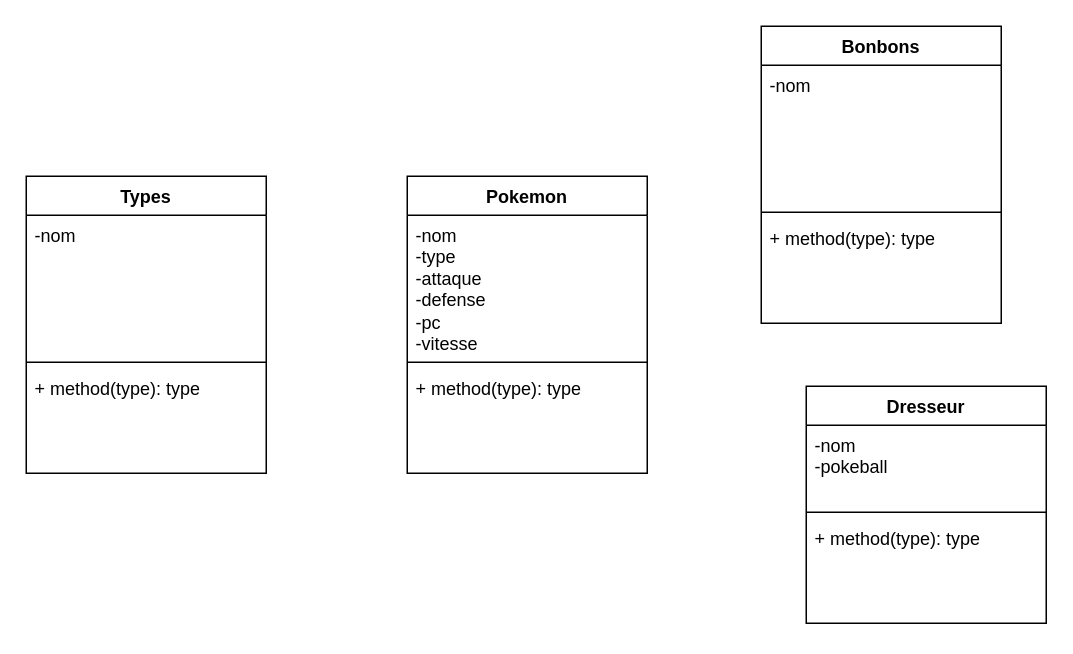
NicolasRbls/Diagramme keeps this draw.io diagram as TP2_Pokemon.drawio. Above is the earlier version. Source tidied: cells renumbered, new cells numbered last; positions are measured from the earlier drawing's top-left corner, leaving out a move shared by most shapes. Both pictures are drawn from the tidied source at 150%, with x=0, y=0 at pixel (26, 26).
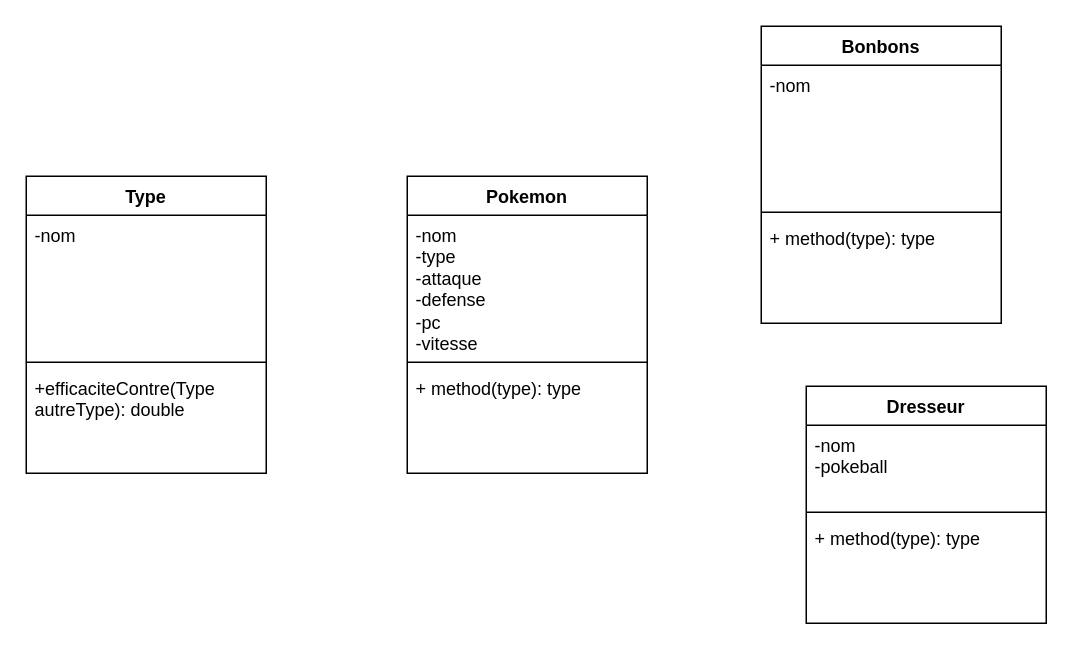
The same page after the edit.

Commit message (it also covers changes not shown here):
Mettre à jour TP2_Pokemon.drawio

What changed in the source:
```diff
@@
 <mxGraphModel>
   <root>
     <mxCell id="0" />
     <mxCell id="1" parent="0" />
     <mxCell id="2" value="Pokemon" style="swimlane;fontStyle=1;align=center;verticalAlign=top;horizontal=1;startSize=26;whiteSpace=wrap;html=1;" parent="1" vertex="1">
       <mxGeometry x="254" y="100" width="160" height="198" as="geometry" />
     </mxCell>
     <mxCell id="3" value="-nom&lt;br&gt;-type&lt;br&gt;-attaque&lt;br&gt;-defense&lt;br&gt;-pc&lt;br&gt;-vitesse" style="text;strokeColor=none;fillColor=none;align=left;verticalAlign=top;spacingLeft=4;spacingRight=4;overflow=hidden;whiteSpace=wrap;html=1;" parent="2" vertex="1">
       <mxGeometry y="26" width="160" height="94" as="geometry" />
     </mxCell>
     <mxCell id="4" style="line;strokeWidth=1;fillColor=none;align=left;verticalAlign=middle;spacingTop=-1;spacingLeft=3;spacingRight=3;labelPosition=right;strokeColor=inherit;" parent="2" vertex="1">
       <mxGeometry y="120" width="160" height="8" as="geometry" />
     </mxCell>
     <mxCell id="5" value="+ method(type): type" style="text;strokeColor=none;fillColor=none;align=left;verticalAlign=top;spacingLeft=4;spacingRight=4;overflow=hidden;whiteSpace=wrap;html=1;" parent="2" vertex="1">
       <mxGeometry y="128" width="160" height="70" as="geometry" />
     </mxCell>
     <mxCell id="6" value="Dresseur" style="swimlane;fontStyle=1;align=center;verticalAlign=top;horizontal=1;startSize=26;whiteSpace=wrap;html=1;" parent="1" vertex="1">
       <mxGeometry x="520" y="240" width="160" height="158" as="geometry" />
     </mxCell>
     <mxCell id="7" value="-nom&lt;br&gt;-pokeball" style="text;strokeColor=none;fillColor=none;align=left;verticalAlign=top;spacingLeft=4;spacingRight=4;overflow=hidden;whiteSpace=wrap;html=1;" parent="6" vertex="1">
       <mxGeometry y="26" width="160" height="54" as="geometry" />
     </mxCell>
     <mxCell id="8" style="line;strokeWidth=1;fillColor=none;align=left;verticalAlign=middle;spacingTop=-1;spacingLeft=3;spacingRight=3;labelPosition=right;strokeColor=inherit;" parent="6" vertex="1">
       <mxGeometry y="80" width="160" height="8" as="geometry" />
     </mxCell>
     <mxCell id="9" value="+ method(type): type" style="text;strokeColor=none;fillColor=none;align=left;verticalAlign=top;spacingLeft=4;spacingRight=4;overflow=hidden;whiteSpace=wrap;html=1;" parent="6" vertex="1">
       <mxGeometry y="88" width="160" height="70" as="geometry" />
     </mxCell>
     <mxCell id="10" value="Bonbons" style="swimlane;fontStyle=1;align=center;verticalAlign=top;horizontal=1;startSize=26;whiteSpace=wrap;html=1;" parent="1" vertex="1">
       <mxGeometry x="490" width="160" height="198" as="geometry" />
     </mxCell>
     <mxCell id="11" value="-nom&lt;br&gt;" style="text;strokeColor=none;fillColor=none;align=left;verticalAlign=top;spacingLeft=4;spacingRight=4;overflow=hidden;whiteSpace=wrap;html=1;" parent="10" vertex="1">
       <mxGeometry y="26" width="160" height="94" as="geometry" />
     </mxCell>
     <mxCell id="12" style="line;strokeWidth=1;fillColor=none;align=left;verticalAlign=middle;spacingTop=-1;spacingLeft=3;spacingRight=3;labelPosition=right;strokeColor=inherit;" parent="10" vertex="1">
       <mxGeometry y="120" width="160" height="8" as="geometry" />
     </mxCell>
     <mxCell id="13" value="+ method(type): type" style="text;strokeColor=none;fillColor=none;align=left;verticalAlign=top;spacingLeft=4;spacingRight=4;overflow=hidden;whiteSpace=wrap;html=1;" parent="10" vertex="1">
       <mxGeometry y="128" width="160" height="70" as="geometry" />
     </mxCell>
-    <mxCell id="14" value="Types" style="swimlane;fontStyle=1;align=center;verticalAlign=top;horizontal=1;startSize=26;whiteSpace=wrap;html=1;" parent="1" vertex="1">
+    <mxCell id="14" value="Type" style="swimlane;fontStyle=1;align=center;verticalAlign=top;horizontal=1;startSize=26;whiteSpace=wrap;html=1;" parent="1" vertex="1">
       <mxGeometry y="100" width="160" height="198" as="geometry" />
     </mxCell>
     <mxCell id="15" value="-nom&lt;br&gt;" style="text;strokeColor=none;fillColor=none;align=left;verticalAlign=top;spacingLeft=4;spacingRight=4;overflow=hidden;whiteSpace=wrap;html=1;" parent="14" vertex="1">
       <mxGeometry y="26" width="160" height="94" as="geometry" />
     </mxCell>
     <mxCell id="16" style="line;strokeWidth=1;fillColor=none;align=left;verticalAlign=middle;spacingTop=-1;spacingLeft=3;spacingRight=3;labelPosition=right;strokeColor=inherit;" parent="14" vertex="1">
       <mxGeometry y="120" width="160" height="8" as="geometry" />
     </mxCell>
-    <mxCell id="17" value="+ method(type): type" style="text;strokeColor=none;fillColor=none;align=left;verticalAlign=top;spacingLeft=4;spacingRight=4;overflow=hidden;whiteSpace=wrap;html=1;" parent="14" vertex="1">
+    <mxCell id="17" value="+efficaciteContre(Type autreType): double" style="text;strokeColor=none;fillColor=none;align=left;verticalAlign=top;spacingLeft=4;spacingRight=4;overflow=hidden;whiteSpace=wrap;html=1;" parent="14" vertex="1">
       <mxGeometry y="128" width="160" height="70" as="geometry" />
     </mxCell>
   </root>
 </mxGraphModel>
```
